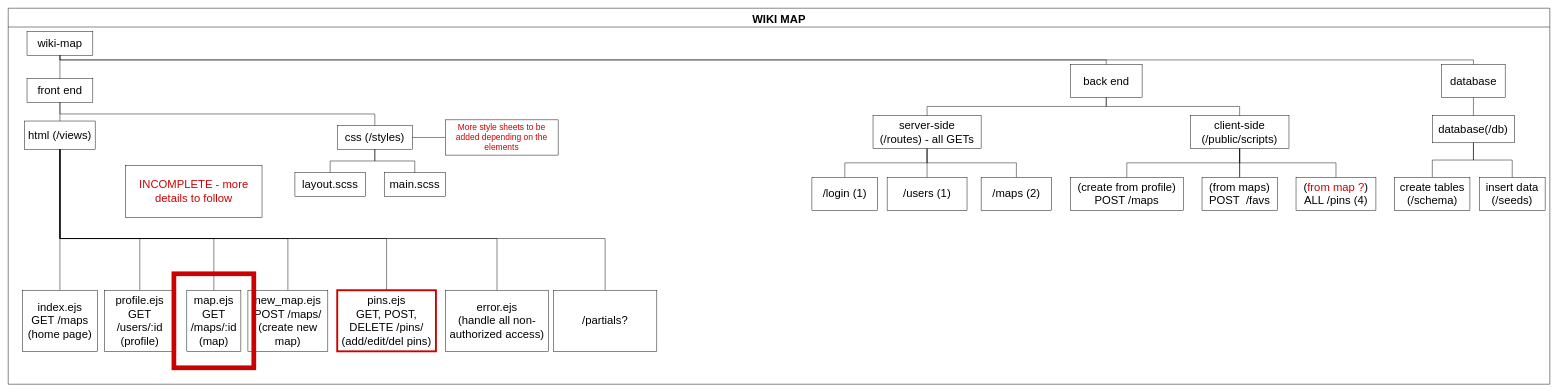
GraceWXT/wiki-map keeps this draw.io diagram as planning/wiki-map-task-tree.drawio. Above is the earlier version. Source tidied: cells renumbered, new cells numbered last; positions are measured from the earlier drawing's top-left corner, leaving out a move shared by most shapes. Both pictures are drawn from the tidied source at 47%, with x=0, y=0 at pixel (8, 8).
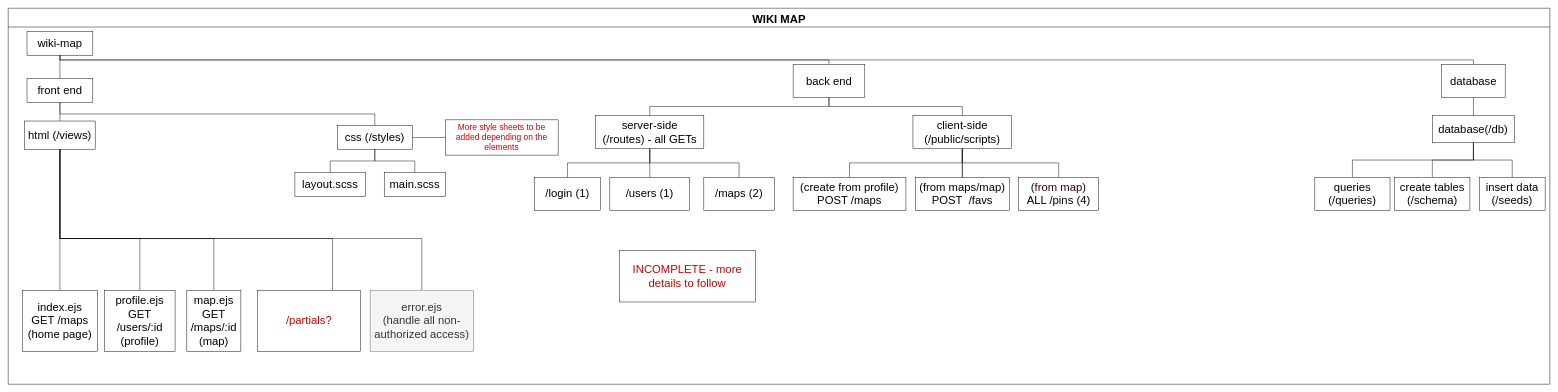
The same page after the edit.

Commit message (it also covers changes not shown here):
Upload task-tree and .drawio files

Unchanged cells that the change refers to:
```xml
<mxCell id="2" value="WIKI MAP" style="swimlane;startSize=40;horizontal=1;containerType=tree;fontSize=24;" parent="1" vertex="1">
  <mxGeometry width="3280" height="800" as="geometry" />
</mxCell>
<mxCell id="5" value="html (/views)" style="whiteSpace=wrap;html=1;newEdgeStyle={&quot;edgeStyle&quot;:&quot;elbowEdgeStyle&quot;,&quot;startArrow&quot;:&quot;none&quot;,&quot;endArrow&quot;:&quot;none&quot;};fontSize=24;" parent="2" vertex="1">
  <mxGeometry x="35" y="240" width="150" height="60" as="geometry" />
</mxCell>
<mxCell id="15" value="database(/db)" style="whiteSpace=wrap;html=1;newEdgeStyle={&quot;edgeStyle&quot;:&quot;elbowEdgeStyle&quot;,&quot;startArrow&quot;:&quot;none&quot;,&quot;endArrow&quot;:&quot;none&quot;};fontSize=24;" parent="2" vertex="1">
  <mxGeometry x="3030.3" y="228.8" width="174.4" height="57.5" as="geometry" />
</mxCell>
```

The edit, as a diff of the source:
```diff
@@
     <mxCell id="9" value="back end" style="whiteSpace=wrap;html=1;newEdgeStyle={&quot;edgeStyle&quot;:&quot;elbowEdgeStyle&quot;,&quot;startArrow&quot;:&quot;none&quot;,&quot;endArrow&quot;:&quot;none&quot;};fontSize=24;" parent="2" vertex="1">
-      <mxGeometry x="2260" y="120" width="152.5" height="70" as="geometry" />
+      <mxGeometry x="1670" y="120" width="152.5" height="70" as="geometry" />
     </mxCell>
@@
     <mxCell id="13" value="server-side&lt;br&gt;(/routes) - all GETs" style="whiteSpace=wrap;html=1;newEdgeStyle={&quot;edgeStyle&quot;:&quot;elbowEdgeStyle&quot;,&quot;startArrow&quot;:&quot;none&quot;,&quot;endArrow&quot;:&quot;none&quot;};fontSize=24;" parent="2" vertex="1">
-      <mxGeometry x="1840" y="228.8" width="230" height="70" as="geometry" />
+      <mxGeometry x="1250" y="228.8" width="230" height="70" as="geometry" />
     </mxCell>
@@
-    <mxCell id="24" style="edgeStyle=elbowEdgeStyle;elbow=vertical;startArrow=none;endArrow=none;rounded=0;fontSize=24;" parent="2" edge="1" source="5" target="25">
-      <mxGeometry relative="1" as="geometry">
-        <Array as="points">
-          <mxPoint x="360" y="490" />
-        </Array>
-      </mxGeometry>
-    </mxCell>
-    <mxCell id="25" value="new_map.ejs&lt;br style=&quot;font-size: 24px;&quot;&gt;POST /maps/&lt;br style=&quot;font-size: 24px;&quot;&gt;(create new map)" style="whiteSpace=wrap;html=1;newEdgeStyle={&quot;edgeStyle&quot;:&quot;elbowEdgeStyle&quot;,&quot;startArrow&quot;:&quot;none&quot;,&quot;endArrow&quot;:&quot;none&quot;};fontSize=24;" parent="2" vertex="1">
-      <mxGeometry x="510" y="600" width="170" height="130" as="geometry" />
-    </mxCell>
-    <mxCell id="26" style="edgeStyle=elbowEdgeStyle;elbow=vertical;startArrow=none;endArrow=none;rounded=0;fontSize=24;" parent="2" edge="1" source="5" target="27">
-      <mxGeometry relative="1" as="geometry">
-        <Array as="points">
-          <mxPoint x="470" y="490" />
-        </Array>
-      </mxGeometry>
-    </mxCell>
-    <mxCell id="27" value="pins.ejs&lt;br style=&quot;font-size: 24px;&quot;&gt;GET, POST, DELETE /pins/&lt;br style=&quot;font-size: 24px;&quot;&gt;(add/edit/del pins)" style="whiteSpace=wrap;html=1;newEdgeStyle={&quot;edgeStyle&quot;:&quot;elbowEdgeStyle&quot;,&quot;startArrow&quot;:&quot;none&quot;,&quot;endArrow&quot;:&quot;none&quot;};fontSize=24;strokeColor=#CC0000;strokeWidth=4;" parent="2" vertex="1">
-      <mxGeometry x="700" y="600" width="210" height="130" as="geometry" />
-    </mxCell>
     <mxCell id="28" value="INCOMPLETE - more details to follow" style="rounded=0;whiteSpace=wrap;html=1;fontSize=24;fontColor=#CC0000;" parent="2" vertex="1">
-      <mxGeometry x="250" y="335" width="290" height="110" as="geometry" />
+      <mxGeometry x="1300" y="515" width="290" height="110" as="geometry" />
     </mxCell>
-    <mxCell id="29" style="rounded=0;whiteSpace=wrap;html=1;fillColor=none;strokeColor=#CC0000;strokeWidth=10;fontSize=24;fontColor=#330000;" parent="2" vertex="1">
-      <mxGeometry x="352.5" y="565" width="170" height="200" as="geometry" />
-    </mxCell>
@@
     <mxCell id="35" value="client-side&lt;br style=&quot;font-size: 24px;&quot;&gt;(/public/scripts)" style="whiteSpace=wrap;html=1;newEdgeStyle={&quot;edgeStyle&quot;:&quot;elbowEdgeStyle&quot;,&quot;startArrow&quot;:&quot;none&quot;,&quot;endArrow&quot;:&quot;none&quot;};fontSize=24;" parent="2" vertex="1">
-      <mxGeometry x="2515" y="228.8" width="210" height="70" as="geometry" />
+      <mxGeometry x="1925" y="228.8" width="210" height="70" as="geometry" />
     </mxCell>
@@
-    <mxCell id="41" value="/partials?" style="whiteSpace=wrap;html=1;newEdgeStyle={&quot;edgeStyle&quot;:&quot;elbowEdgeStyle&quot;,&quot;startArrow&quot;:&quot;none&quot;,&quot;endArrow&quot;:&quot;none&quot;};fontSize=24;" parent="2" vertex="1">
-      <mxGeometry x="1160" y="600" width="220" height="130" as="geometry" />
+    <mxCell id="41" value="/partials?" style="whiteSpace=wrap;html=1;newEdgeStyle={&quot;edgeStyle&quot;:&quot;elbowEdgeStyle&quot;,&quot;startArrow&quot;:&quot;none&quot;,&quot;endArrow&quot;:&quot;none&quot;};fontSize=24;fontColor=#CC0000;" parent="2" vertex="1">
+      <mxGeometry x="530" y="600" width="220" height="130" as="geometry" />
     </mxCell>
@@
-    <mxCell id="43" value="error.ejs&lt;br style=&quot;font-size: 24px&quot;&gt;(handle all non-authorized access)" style="whiteSpace=wrap;html=1;newEdgeStyle={&quot;edgeStyle&quot;:&quot;elbowEdgeStyle&quot;,&quot;startArrow&quot;:&quot;none&quot;,&quot;endArrow&quot;:&quot;none&quot;};fontSize=24;" parent="2" vertex="1">
-      <mxGeometry x="930" y="600" width="220" height="130" as="geometry" />
+    <mxCell id="43" value="error.ejs&lt;br style=&quot;font-size: 24px&quot;&gt;(handle all non-authorized access)" style="whiteSpace=wrap;html=1;newEdgeStyle={&quot;edgeStyle&quot;:&quot;elbowEdgeStyle&quot;,&quot;startArrow&quot;:&quot;none&quot;,&quot;endArrow&quot;:&quot;none&quot;};fontSize=24;fillColor=#f5f5f5;strokeColor=#666666;fontColor=#333333;" parent="2" vertex="1">
+      <mxGeometry x="770" y="600" width="220" height="130" as="geometry" />
     </mxCell>
@@
     <mxCell id="45" value="/maps (2)" style="whiteSpace=wrap;html=1;newEdgeStyle={&quot;edgeStyle&quot;:&quot;elbowEdgeStyle&quot;,&quot;startArrow&quot;:&quot;none&quot;,&quot;endArrow&quot;:&quot;none&quot;};fontSize=24;" parent="2" vertex="1">
-      <mxGeometry x="2070" y="360" width="150" height="70" as="geometry" />
+      <mxGeometry x="1480" y="360" width="150" height="70" as="geometry" />
     </mxCell>
@@
     <mxCell id="47" value="/users (1)" style="whiteSpace=wrap;html=1;newEdgeStyle={&quot;edgeStyle&quot;:&quot;elbowEdgeStyle&quot;,&quot;startArrow&quot;:&quot;none&quot;,&quot;endArrow&quot;:&quot;none&quot;};fontSize=24;" parent="2" vertex="1">
-      <mxGeometry x="1870" y="360" width="170" height="70" as="geometry" />
+      <mxGeometry x="1280" y="360" width="170" height="70" as="geometry" />
     </mxCell>
@@
     <mxCell id="49" value="/login (1)" style="whiteSpace=wrap;html=1;newEdgeStyle={&quot;edgeStyle&quot;:&quot;elbowEdgeStyle&quot;,&quot;startArrow&quot;:&quot;none&quot;,&quot;endArrow&quot;:&quot;none&quot;};fontSize=24;" parent="2" vertex="1">
-      <mxGeometry x="1710" y="360" width="140" height="70" as="geometry" />
+      <mxGeometry x="1120" y="360" width="140" height="70" as="geometry" />
     </mxCell>
@@
     <mxCell id="52" value="(create from profile)&lt;br&gt;POST /maps" style="whiteSpace=wrap;html=1;newEdgeStyle={&quot;edgeStyle&quot;:&quot;elbowEdgeStyle&quot;,&quot;startArrow&quot;:&quot;none&quot;,&quot;endArrow&quot;:&quot;none&quot;};fontSize=24;" parent="2" vertex="1">
-      <mxGeometry x="2260" y="360" width="240" height="70" as="geometry" />
+      <mxGeometry x="1670" y="360" width="240" height="70" as="geometry" />
     </mxCell>
@@
-    <mxCell id="54" value="(&lt;font color=&quot;#cc0000&quot;&gt;from map ?&lt;/font&gt;)&lt;br&gt;ALL /pins (4)" style="whiteSpace=wrap;html=1;newEdgeStyle={&quot;edgeStyle&quot;:&quot;elbowEdgeStyle&quot;,&quot;startArrow&quot;:&quot;none&quot;,&quot;endArrow&quot;:&quot;none&quot;};fontSize=24;" parent="2" vertex="1">
-      <mxGeometry x="2740" y="360" width="170" height="70" as="geometry" />
+    <mxCell id="54" value="(&lt;font color=&quot;#330000&quot;&gt;from map&lt;/font&gt;)&lt;br&gt;ALL /pins (4)" style="whiteSpace=wrap;html=1;newEdgeStyle={&quot;edgeStyle&quot;:&quot;elbowEdgeStyle&quot;,&quot;startArrow&quot;:&quot;none&quot;,&quot;endArrow&quot;:&quot;none&quot;};fontSize=24;" parent="2" vertex="1">
+      <mxGeometry x="2150" y="360" width="170" height="70" as="geometry" />
     </mxCell>
-    <mxCell id="55" value="(from maps)&lt;br&gt;POST&amp;nbsp; /favs" style="whiteSpace=wrap;html=1;newEdgeStyle={&quot;edgeStyle&quot;:&quot;elbowEdgeStyle&quot;,&quot;startArrow&quot;:&quot;none&quot;,&quot;endArrow&quot;:&quot;none&quot;};fontSize=24;" parent="2" vertex="1">
-      <mxGeometry x="2540" y="360" width="160" height="70" as="geometry" />
+    <mxCell id="55" value="(from maps/map)&lt;br&gt;POST&amp;nbsp; /favs" style="whiteSpace=wrap;html=1;newEdgeStyle={&quot;edgeStyle&quot;:&quot;elbowEdgeStyle&quot;,&quot;startArrow&quot;:&quot;none&quot;,&quot;endArrow&quot;:&quot;none&quot;};fontSize=24;" parent="2" vertex="1">
+      <mxGeometry x="1930" y="360" width="200" height="70" as="geometry" />
     </mxCell>
@@
+    <mxCell id="59" style="edgeStyle=elbowEdgeStyle;elbow=vertical;startArrow=none;endArrow=none;rounded=0;fontSize=24;exitX=0.5;exitY=1;exitDx=0;exitDy=0;" parent="2" edge="1" source="15" target="60">
+      <mxGeometry relative="1" as="geometry" />
+    </mxCell>
+    <mxCell id="60" value="queries (/queries)" style="whiteSpace=wrap;html=1;newEdgeStyle={&quot;edgeStyle&quot;:&quot;elbowEdgeStyle&quot;,&quot;startArrow&quot;:&quot;none&quot;,&quot;endArrow&quot;:&quot;none&quot;};fontSize=24;" parent="2" vertex="1">
+      <mxGeometry x="2780" y="360" width="160" height="70" as="geometry" />
+    </mxCell>
```
